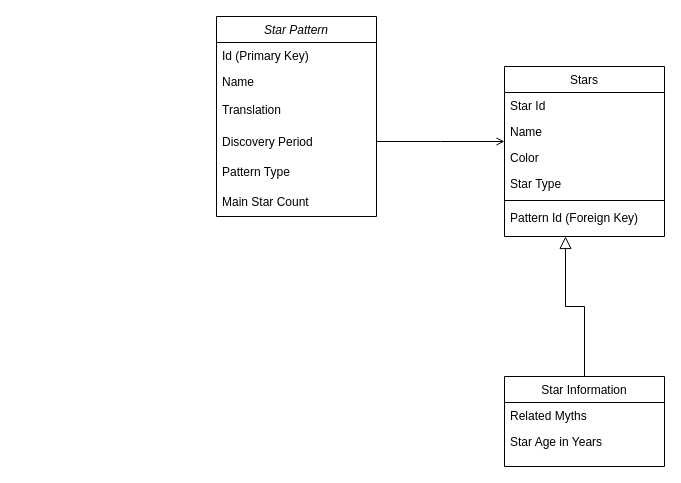
Before: Starlit_One_Diagram.drawio in Palgur-Github/Starlit_One--An_Astronomical_Catalog_Application, a draw.io diagram. Source tidied: cells renumbered, new cells numbered last; positions are measured from the earlier drawing's top-left corner, leaving out a move shared by most shapes. Both pictures are drawn from the tidied source at 100%, with x=0, y=0 at pixel (216, 16).
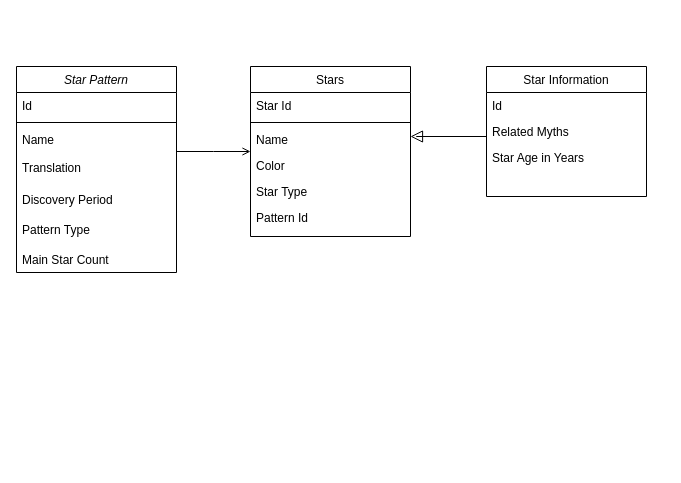
Above is the later version.

Change to the diagram source:
```diff
@@
     <mxCell id="2" value="Star Pattern" style="swimlane;fontStyle=2;align=center;verticalAlign=top;horizontal=1;startSize=26;rounded=0;shadow=0;strokeWidth=1;" parent="1" vertex="1">
-      <mxGeometry width="160" height="200" as="geometry" />
+      <mxGeometry x="-200" y="50" width="160" height="206" as="geometry" />
     </mxCell>
-    <mxCell id="3" value="Id (Primary Key)" style="text;align=left;verticalAlign=top;spacingLeft=4;spacingRight=4;overflow=hidden;" parent="2" vertex="1">
+    <mxCell id="3" value="Id" style="text;align=left;verticalAlign=top;spacingLeft=4;spacingRight=4;overflow=hidden;" parent="2" vertex="1">
       <mxGeometry y="26" width="160" height="26" as="geometry" />
     </mxCell>
+    <mxCell id="21" style="line;html=1;strokeWidth=1;align=left;verticalAlign=middle;spacingTop=-1;spacingLeft=3;spacingRight=3;labelPosition=right;" parent="2" vertex="1">
+      <mxGeometry y="52" width="160" height="8" as="geometry" />
+    </mxCell>
     <mxCell id="4" value="Name" style="text;align=left;verticalAlign=top;spacingLeft=4;spacingRight=4;overflow=hidden;rounded=0;shadow=0;html=0;" parent="2" vertex="1">
-      <mxGeometry y="52" width="160" height="28" as="geometry" />
+      <mxGeometry y="60" width="160" height="28" as="geometry" />
     </mxCell>
     <mxCell id="5" value="Translation" style="text;align=left;verticalAlign=top;spacingLeft=4;spacingRight=4;overflow=hidden;rounded=0;shadow=0;html=0;" parent="2" vertex="1">
-      <mxGeometry y="80" width="160" height="32" as="geometry" />
+      <mxGeometry y="88" width="160" height="32" as="geometry" />
     </mxCell>
     <mxCell id="6" value="Discovery Period" style="text;align=left;verticalAlign=top;spacingLeft=4;spacingRight=4;overflow=hidden;" parent="2" vertex="1">
-      <mxGeometry y="112" width="160" height="30" as="geometry" />
+      <mxGeometry y="120" width="160" height="30" as="geometry" />
     </mxCell>
     <mxCell id="7" value="Pattern Type" style="text;align=left;verticalAlign=top;spacingLeft=4;spacingRight=4;overflow=hidden;" parent="2" vertex="1">
-      <mxGeometry y="142" width="160" height="30" as="geometry" />
+      <mxGeometry y="150" width="160" height="30" as="geometry" />
     </mxCell>
     <mxCell id="8" value="Main Star Count" style="text;align=left;verticalAlign=top;spacingLeft=4;spacingRight=4;overflow=hidden;" parent="2" vertex="1">
-      <mxGeometry y="172" width="160" height="26" as="geometry" />
+      <mxGeometry y="180" width="160" height="26" as="geometry" />
     </mxCell>
     <mxCell id="9" value="Star Information" style="swimlane;fontStyle=0;align=center;verticalAlign=top;horizontal=1;startSize=26;rounded=0;shadow=0;strokeWidth=1;" parent="1" vertex="1">
-      <mxGeometry x="288" y="360" width="160" height="90" as="geometry" />
+      <mxGeometry x="270" y="50" width="160" height="130" as="geometry" />
     </mxCell>
+    <mxCell id="22" value="Id" style="text;align=left;verticalAlign=top;spacingLeft=4;spacingRight=4;overflow=hidden;rounded=0;shadow=0;html=0;" parent="9" vertex="1">
+      <mxGeometry y="26" width="160" height="26" as="geometry" />
+    </mxCell>
     <mxCell id="10" value="Related Myths" style="text;align=left;verticalAlign=top;spacingLeft=4;spacingRight=4;overflow=hidden;" parent="9" vertex="1">
-      <mxGeometry y="26" width="160" height="26" as="geometry" />
+      <mxGeometry y="52" width="160" height="26" as="geometry" />
     </mxCell>
     <mxCell id="11" value="Star Age in Years" style="text;align=left;verticalAlign=top;spacingLeft=4;spacingRight=4;overflow=hidden;rounded=0;shadow=0;html=0;" parent="9" vertex="1">
-      <mxGeometry y="52" width="160" height="26" as="geometry" />
+      <mxGeometry y="78" width="160" height="26" as="geometry" />
     </mxCell>
-    <mxCell id="12" style="endArrow=block;endSize=10;endFill=0;shadow=0;strokeWidth=1;rounded=0;curved=0;edgeStyle=elbowEdgeStyle;elbow=vertical;" parent="1" edge="1" source="9">
+    <mxCell id="12" style="endArrow=block;endSize=10;endFill=0;shadow=0;strokeWidth=1;rounded=0;curved=0;edgeStyle=elbowEdgeStyle;elbow=vertical;" parent="1" edge="1" source="9" target="15">
       <mxGeometry relative="1" as="geometry">
-        <mxPoint x="349" y="220" as="targetPoint" />
+        <Array as="points">
+          <mxPoint x="200" y="120" />
+        </Array>
       </mxGeometry>
     </mxCell>
     <mxCell id="13" value="Stars" style="swimlane;fontStyle=0;align=center;verticalAlign=top;horizontal=1;startSize=26;rounded=0;shadow=0;strokeWidth=1;" parent="1" vertex="1">
-      <mxGeometry x="288" y="50" width="160" height="170" as="geometry" />
+      <mxGeometry x="34" y="50" width="160" height="170" as="geometry" />
     </mxCell>
@@
+    <mxCell id="18" style="line;html=1;strokeWidth=1;align=left;verticalAlign=middle;spacingTop=-1;spacingLeft=3;spacingRight=3;labelPosition=right;" parent="13" vertex="1">
+      <mxGeometry y="52" width="160" height="8" as="geometry" />
+    </mxCell>
     <mxCell id="15" value="Name" style="text;align=left;verticalAlign=top;spacingLeft=4;spacingRight=4;overflow=hidden;points=[[0,0.5],[1,0.5]];portConstraint=eastwest;rounded=0;shadow=0;html=0;" parent="13" vertex="1">
-      <mxGeometry y="52" width="160" height="26" as="geometry" />
+      <mxGeometry y="60" width="160" height="26" as="geometry" />
     </mxCell>
     <mxCell id="16" value="Color" style="text;align=left;verticalAlign=top;spacingLeft=4;spacingRight=4;overflow=hidden;rounded=0;shadow=0;html=0;" parent="13" vertex="1">
-      <mxGeometry y="78" width="160" height="26" as="geometry" />
+      <mxGeometry y="86" width="160" height="26" as="geometry" />
     </mxCell>
     <mxCell id="17" value="Star Type" style="text;align=left;verticalAlign=top;spacingLeft=4;spacingRight=4;overflow=hidden;rounded=0;shadow=0;html=0;" parent="13" vertex="1">
-      <mxGeometry y="104" width="160" height="26" as="geometry" />
+      <mxGeometry y="112" width="160" height="26" as="geometry" />
     </mxCell>
-    <mxCell id="18" style="line;html=1;strokeWidth=1;align=left;verticalAlign=middle;spacingTop=-1;spacingLeft=3;spacingRight=3;labelPosition=right;" parent="13" vertex="1">
-      <mxGeometry y="130" width="160" height="8" as="geometry" />
-    </mxCell>
-    <mxCell id="19" value="Pattern Id (Foreign Key)" style="text;align=left;verticalAlign=top;spacingLeft=4;spacingRight=4;overflow=hidden;" parent="13" vertex="1">
+    <mxCell id="19" value="Pattern Id" style="text;align=left;verticalAlign=top;spacingLeft=4;spacingRight=4;overflow=hidden;" parent="13" vertex="1">
       <mxGeometry y="138" width="160" height="26" as="geometry" />
     </mxCell>
```
